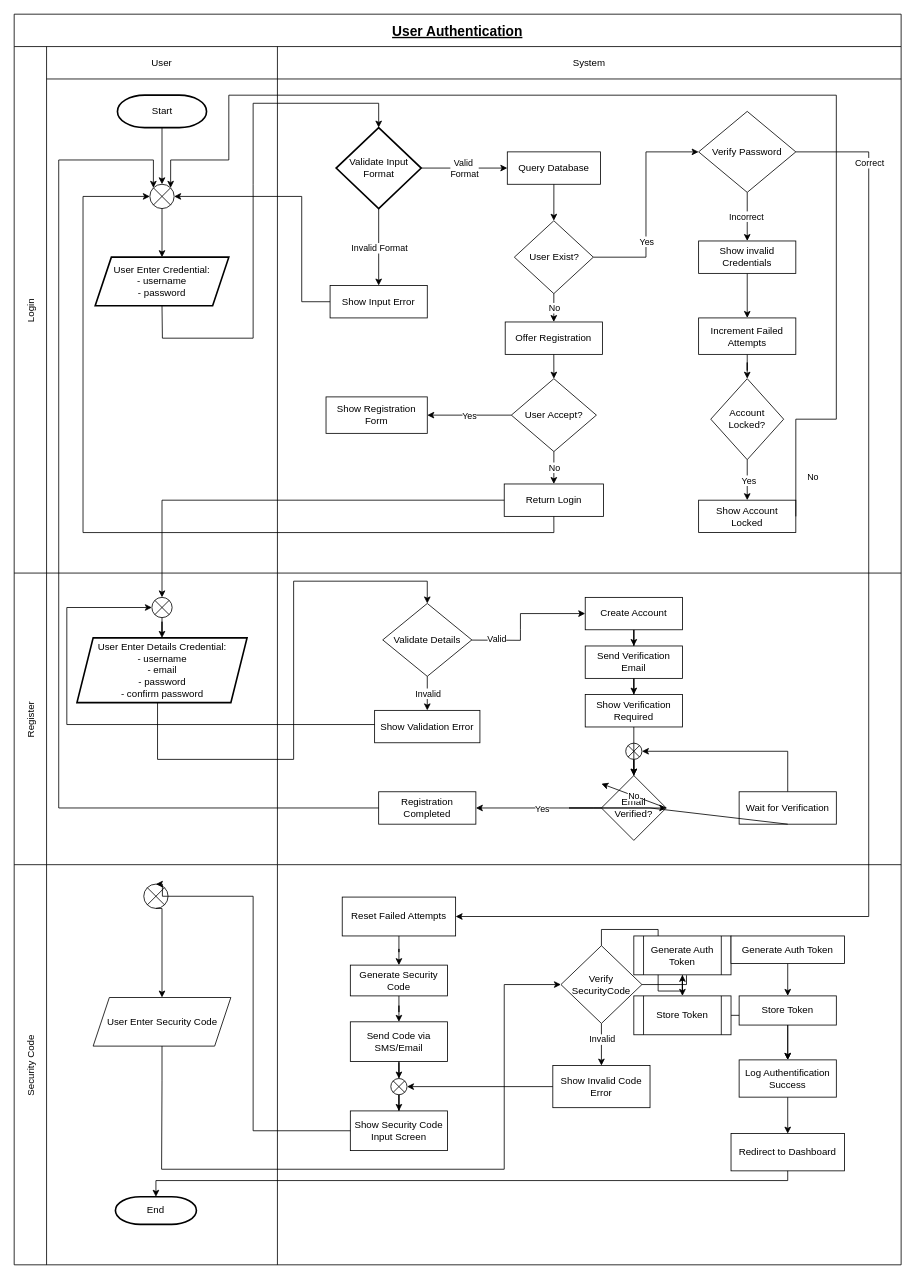
Above: Untitled Diagram.drawio in amandzaa/revoubankBE (draw.io), before the change. Source tidied: cells renumbered, new cells numbered last; positions are measured from the earlier drawing's top-left corner, leaving out a move shared by most shapes. Both pictures are drawn from the tidied source at 81%, with x=0, y=0 at pixel (14, 14).
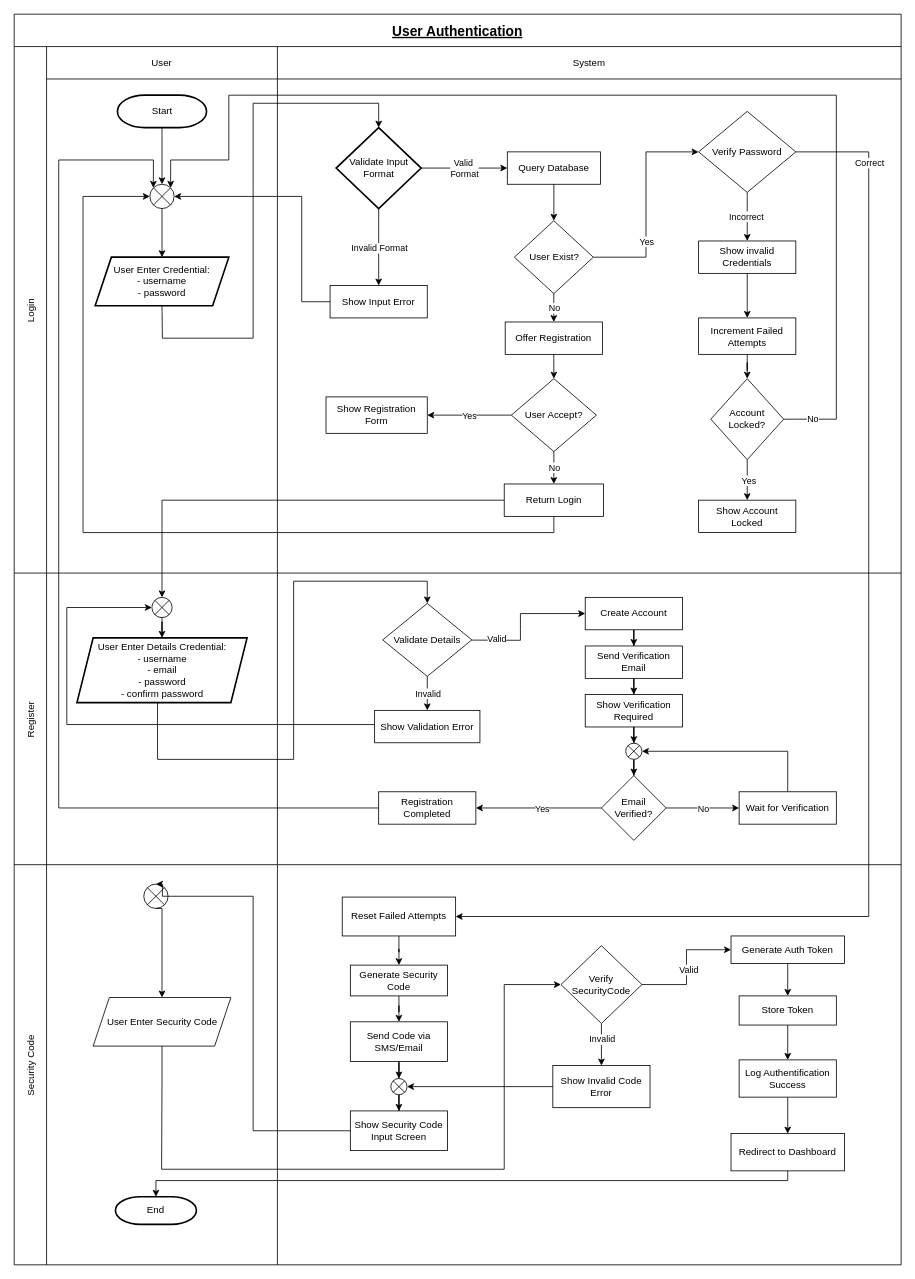
After the change.

The change refers to these unchanged cells:
```xml
<mxCell id="3" value="Login" style="shape=tableRow;horizontal=0;swimlaneHead=0;swimlaneBody=0;top=0;left=0;strokeColor=inherit;bottom=0;right=0;fontStyle=0;fillColor=none;startSize=40;" parent="2" vertex="1">
  <mxGeometry y="40" width="1095" height="650" as="geometry" />
</mxCell>
<mxCell id="8" style="verticalLabelPosition=bottom;verticalAlign=top;html=1;shape=mxgraph.flowchart.or;" parent="4" vertex="1">
  <mxGeometry x="127.5" y="170" width="30" height="30" as="geometry" />
</mxCell>
<mxCell id="42" value="Account Locked?" style="rhombus;whiteSpace=wrap;html=1;" parent="10" vertex="1">
  <mxGeometry x="535" y="410" width="90" height="100" as="geometry" />
</mxCell>
<mxCell id="43" value="Show Account Locked" style="whiteSpace=wrap;html=1;" parent="10" vertex="1">
  <mxGeometry x="520" y="560" width="120" height="40" as="geometry" />
</mxCell>
<mxCell id="54" style="swimlane;swimlaneHead=0;swimlaneBody=0;fontStyle=0;strokeColor=inherit;fillColor=none;startSize=0;" parent="49" vertex="1">
  <mxGeometry x="325" width="770" height="360" as="geometry" />
</mxCell>
<mxCell id="65" value="Show Verification Required" style="whiteSpace=wrap;html=1;" parent="54" vertex="1">
  <mxGeometry x="380" y="150" width="120" height="40" as="geometry" />
</mxCell>
<mxCell id="69" value="Email Verified?" style="rhombus;whiteSpace=wrap;html=1;" parent="54" vertex="1">
  <mxGeometry x="400" y="250" width="80" height="80" as="geometry" />
</mxCell>
<mxCell id="72" value="Wait for Verification" style="rounded=0;whiteSpace=wrap;html=1;" parent="54" vertex="1">
  <mxGeometry x="570" y="270" width="120" height="40" as="geometry" />
</mxCell>
<mxCell id="76" style="verticalLabelPosition=bottom;verticalAlign=top;html=1;shape=mxgraph.flowchart.or;" parent="54" vertex="1">
  <mxGeometry x="430" y="210" width="20" height="20" as="geometry" />
</mxCell>
<mxCell id="86" style="swimlane;swimlaneHead=0;swimlaneBody=0;fontStyle=0;strokeColor=inherit;fillColor=none;startSize=0;" parent="80" vertex="1">
  <mxGeometry x="325" width="770" height="494" as="geometry" />
</mxCell>
<mxCell id="98" value="Verify Security&lt;span style=&quot;background-color: transparent; color: light-dark(rgb(0, 0, 0), rgb(255, 255, 255));&quot;&gt;Code&lt;/span&gt;" style="rhombus;whiteSpace=wrap;html=1;" parent="86" vertex="1">
  <mxGeometry x="350" y="100" width="100" height="96" as="geometry" />
</mxCell>
<mxCell id="106" value="Log Authentification Success" style="whiteSpace=wrap;html=1;" parent="86" vertex="1">
  <mxGeometry x="570" y="241" width="120" height="46" as="geometry" />
</mxCell>
```

The edit, as a diff of the source:
```diff
@@
-    <mxCell id="47" style="edgeStyle=orthogonalEdgeStyle;rounded=0;jettySize=auto;html=1;entryX=0.855;entryY=0.145;entryDx=0;entryDy=0;entryPerimeter=0;exitX=1;exitY=0.5;exitDx=0;exitDy=0;" parent="3" edge="1" source="43" target="8">
+    <mxCell id="47" style="edgeStyle=orthogonalEdgeStyle;rounded=0;jettySize=auto;html=1;entryX=0.855;entryY=0.145;entryDx=0;entryDy=0;entryPerimeter=0;exitX=1;exitY=0.5;exitDx=0;exitDy=0;" parent="3" edge="1" source="42" target="8">
       <mxGeometry relative="1" as="geometry">
         <Array as="points">
           <mxPoint x="1015" y="460" />
           <mxPoint x="1015" y="60" />
           <mxPoint x="265" y="60" />
           <mxPoint x="265" y="140" />
           <mxPoint x="193" y="140" />
         </Array>
       </mxGeometry>
     </mxCell>
     <mxCell id="48" value="No" style="edgeLabel;html=1;align=center;verticalAlign=middle;" parent="47" vertex="1">
       <mxGeometry x="-0.57" y="3" relative="1" as="geometry">
-        <mxPoint x="-27" y="224" as="offset" />
+        <mxPoint x="-27" y="235" as="offset" />
       </mxGeometry>
     </mxCell>
@@
-    <mxCell id="70" style="endArrow=classic;html=1;rounded=0;exitX=1;exitY=0.5;exitDx=0;exitDy=0;entryX=0;entryY=0.5;entryDx=0;entryDy=0;" parent="54" edge="1" source="69">
-      <mxGeometry relative="1" as="geometry">
-        <mxPoint x="400" y="260" as="targetPoint" />
-      </mxGeometry>
+    <mxCell id="70" style="endArrow=classic;html=1;rounded=0;" parent="54" edge="1" source="69" target="72">
+      <mxGeometry relative="1" as="geometry" />
     </mxCell>
@@
-    <mxCell id="74" style="endArrow=classic;html=1;rounded=0;exitX=0.5;exitY=1;exitDx=0;exitDy=0;entryX=1;entryY=0.5;entryDx=0;entryDy=0;" parent="54" edge="1" source="72" target="69">
-      <mxGeometry relative="1" as="geometry">
-        <Array as="points">
-          <mxPoint x="460" y="290" />
-          <mxPoint x="390" y="290" />
-          <mxPoint x="360" y="290" />
-        </Array>
-      </mxGeometry>
-    </mxCell>
@@
-    <mxCell id="77" style="edgeStyle=orthogonalEdgeStyle;rounded=0;jettySize=auto;html=1;entryX=0.5;entryY=0;entryDx=0;entryDy=0;entryPerimeter=0;" parent="54" edge="1" source="65" target="69">
-      <mxGeometry relative="1" as="geometry" />
-    </mxCell>
+    <mxCell id="122" style="edgeStyle=orthogonalEdgeStyle;rounded=0;jettySize=auto;html=1;entryX=0.5;entryY=0;entryDx=0;entryDy=0;entryPerimeter=0;" parent="54" edge="1" source="65" target="76">
+      <mxGeometry relative="1" as="geometry" />
+    </mxCell>
@@
-    <mxCell id="97" style="edgeStyle=orthogonalEdgeStyle;rounded=0;jettySize=auto;html=1;" parent="86" edge="1" source="98" target="107">
-      <mxGeometry relative="1" as="geometry" />
-    </mxCell>
@@
-    <mxCell id="105" style="edgeStyle=orthogonalEdgeStyle;rounded=0;jettySize=auto;html=1;" parent="86" edge="1" source="107" target="111">
-      <mxGeometry relative="1" as="geometry" />
-    </mxCell>
@@
-    <mxCell id="107" value="Generate Auth Token" style="shape=process;whiteSpace=wrap;html=1;backgroundOutline=1;" parent="86" vertex="1">
-      <mxGeometry x="440" y="88" width="120" height="48" as="geometry" />
-    </mxCell>
@@
-    <mxCell id="109" style="edgeStyle=orthogonalEdgeStyle;rounded=0;jettySize=auto;html=1;" parent="86" edge="1" source="111" target="106">
-      <mxGeometry relative="1" as="geometry" />
-    </mxCell>
@@
-    <mxCell id="111" value="Store Token" style="shape=process;whiteSpace=wrap;html=1;backgroundOutline=1;" parent="86" vertex="1">
-      <mxGeometry x="440" y="162" width="120" height="48" as="geometry" />
-    </mxCell>
```
